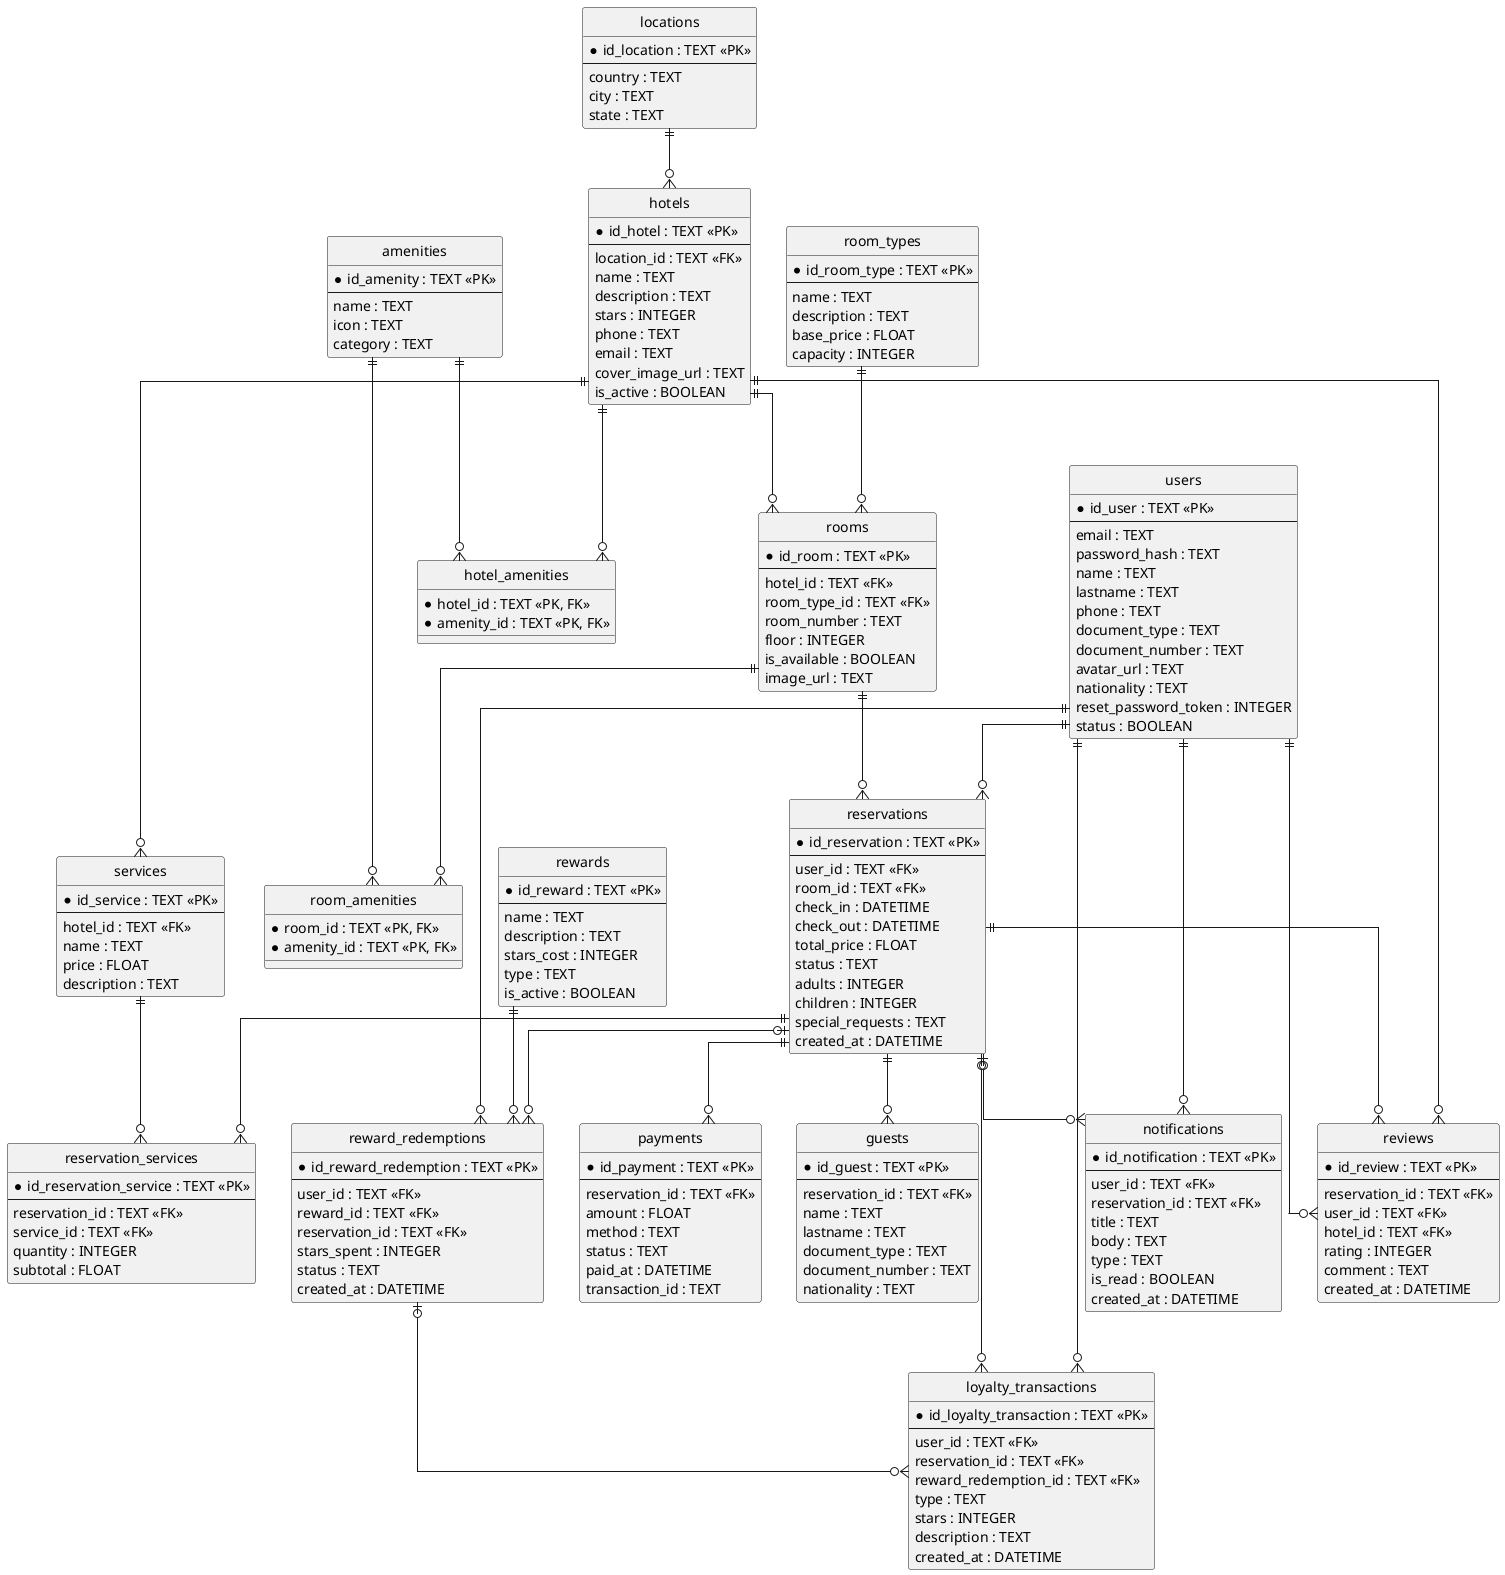
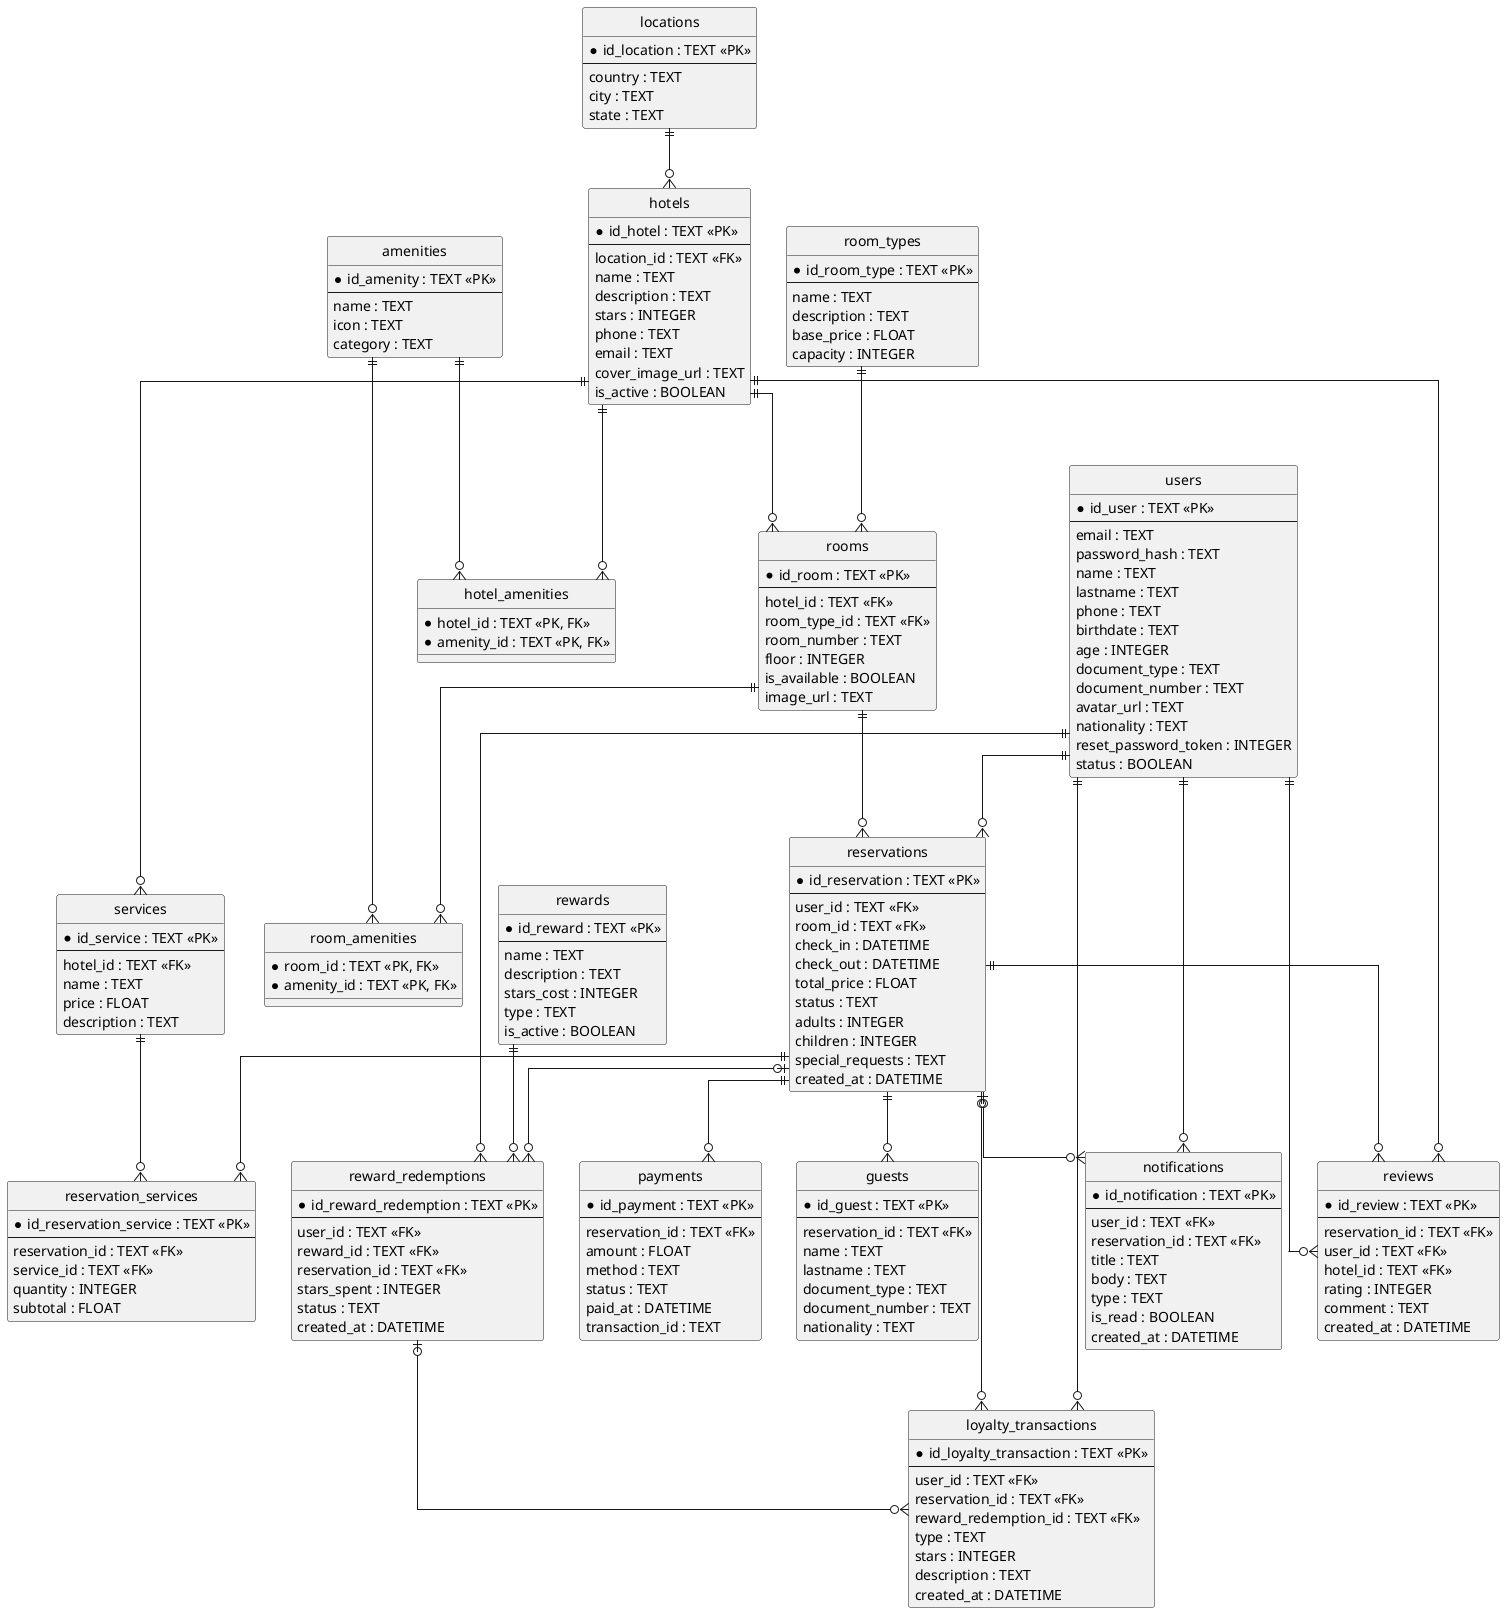
@startuml
'!theme plain
hide circle
skinparam linetype ortho

entity "locations" as Locations {
  * id_location : TEXT <<PK>>
  --
  country : TEXT
  city : TEXT
  state : TEXT
}

entity "hotels" as Hotels {
  * id_hotel : TEXT <<PK>>
  --
  location_id : TEXT <<FK>>
  name : TEXT
  description : TEXT
  stars : INTEGER
  phone : TEXT
  email : TEXT
  cover_image_url : TEXT
  is_active : BOOLEAN
}

entity "room_types" as RoomTypes {
  * id_room_type : TEXT <<PK>>
  --
  name : TEXT
  description : TEXT
  base_price : FLOAT
  capacity : INTEGER
}

entity "rooms" as Rooms {
  * id_room : TEXT <<PK>>
  --
  hotel_id : TEXT <<FK>>
  room_type_id : TEXT <<FK>>
  room_number : TEXT
  floor : INTEGER
  is_available : BOOLEAN
  image_url : TEXT
}

entity "users" as Users {
  * id_user : TEXT <<PK>>
  --
  email : TEXT
  password_hash : TEXT
  name : TEXT
  lastname : TEXT
  phone : TEXT
+   birthdate : TEXT
+   age : INTEGER
  document_type : TEXT
  document_number : TEXT
  avatar_url : TEXT
  nationality : TEXT
  reset_password_token : INTEGER
  status : BOOLEAN
}

entity "guests" as Guests {
  * id_guest : TEXT <<PK>>
  --
  reservation_id : TEXT <<FK>>
  name : TEXT
  lastname : TEXT
  document_type : TEXT
  document_number : TEXT
  nationality : TEXT
}

entity "reservations" as Reservations {
  * id_reservation : TEXT <<PK>>
  --
  user_id : TEXT <<FK>>
  room_id : TEXT <<FK>>
  check_in : DATETIME
  check_out : DATETIME
  total_price : FLOAT
  status : TEXT
  adults : INTEGER
  children : INTEGER
  special_requests : TEXT
  created_at : DATETIME
}

entity "payments" as Payments {
  * id_payment : TEXT <<PK>>
  --
  reservation_id : TEXT <<FK>>
  amount : FLOAT
  method : TEXT
  status : TEXT
  paid_at : DATETIME
  transaction_id : TEXT
}

entity "amenities" as Amenities {
  * id_amenity : TEXT <<PK>>
  --
  name : TEXT
  icon : TEXT
  category : TEXT
}

entity "hotel_amenities" as HotelAmenities {
  * hotel_id : TEXT <<PK, FK>>
  * amenity_id : TEXT <<PK, FK>>
}

entity "room_amenities" as RoomAmenities {
  * room_id : TEXT <<PK, FK>>
  * amenity_id : TEXT <<PK, FK>>
}

entity "services" as Services {
  * id_service : TEXT <<PK>>
  --
  hotel_id : TEXT <<FK>>
  name : TEXT
  price : FLOAT
  description : TEXT
}

entity "reservation_services" as ReservationServices {
  * id_reservation_service : TEXT <<PK>>
  --
  reservation_id : TEXT <<FK>>
  service_id : TEXT <<FK>>
  quantity : INTEGER
  subtotal : FLOAT
}

entity "loyalty_transactions" as LoyaltyTransactions {
  * id_loyalty_transaction : TEXT <<PK>>
  --
  user_id : TEXT <<FK>>
  reservation_id : TEXT <<FK>>
  reward_redemption_id : TEXT <<FK>>
  type : TEXT
  stars : INTEGER
  description : TEXT
  created_at : DATETIME
}

entity "rewards" as Rewards {
  * id_reward : TEXT <<PK>>
  --
  name : TEXT
  description : TEXT
  stars_cost : INTEGER
  type : TEXT
  is_active : BOOLEAN
}

entity "reward_redemptions" as RewardRedemptions {
  * id_reward_redemption : TEXT <<PK>>
  --
  user_id : TEXT <<FK>>
  reward_id : TEXT <<FK>>
  reservation_id : TEXT <<FK>>
  stars_spent : INTEGER
  status : TEXT
  created_at : DATETIME
}

entity "reviews" as Reviews {
  * id_review : TEXT <<PK>>
  --
  reservation_id : TEXT <<FK>>
  user_id : TEXT <<FK>>
  hotel_id : TEXT <<FK>>
  rating : INTEGER
  comment : TEXT
  created_at : DATETIME
}

entity "notifications" as Notifications {
  * id_notification : TEXT <<PK>>
  --
  user_id : TEXT <<FK>>
  reservation_id : TEXT <<FK>>
  title : TEXT
  body : TEXT
  type : TEXT
  is_read : BOOLEAN
  created_at : DATETIME
}

' --- RELACIONES ---
Locations ||--o{ Hotels
Hotels ||--o{ Rooms
RoomTypes ||--o{ Rooms
Users ||--o{ Reservations
Rooms ||--o{ Reservations
Reservations ||--o{ Guests
Reservations ||--o{ Payments
Reservations ||--o{ ReservationServices
Services ||--o{ ReservationServices
Hotels ||--o{ Services
Hotels ||--o{ HotelAmenities
Amenities ||--o{ HotelAmenities
Rooms ||--o{ RoomAmenities
Amenities ||--o{ RoomAmenities
Users ||--o{ LoyaltyTransactions
Reservations |o--o{ LoyaltyTransactions
RewardRedemptions |o--o{ LoyaltyTransactions
Users ||--o{ RewardRedemptions
Rewards ||--o{ RewardRedemptions
Reservations |o--o{ RewardRedemptions
Reservations ||--o{ Reviews
Users ||--o{ Reviews
Hotels ||--o{ Reviews
Users ||--o{ Notifications
Reservations |o--o{ Notifications

@enduml